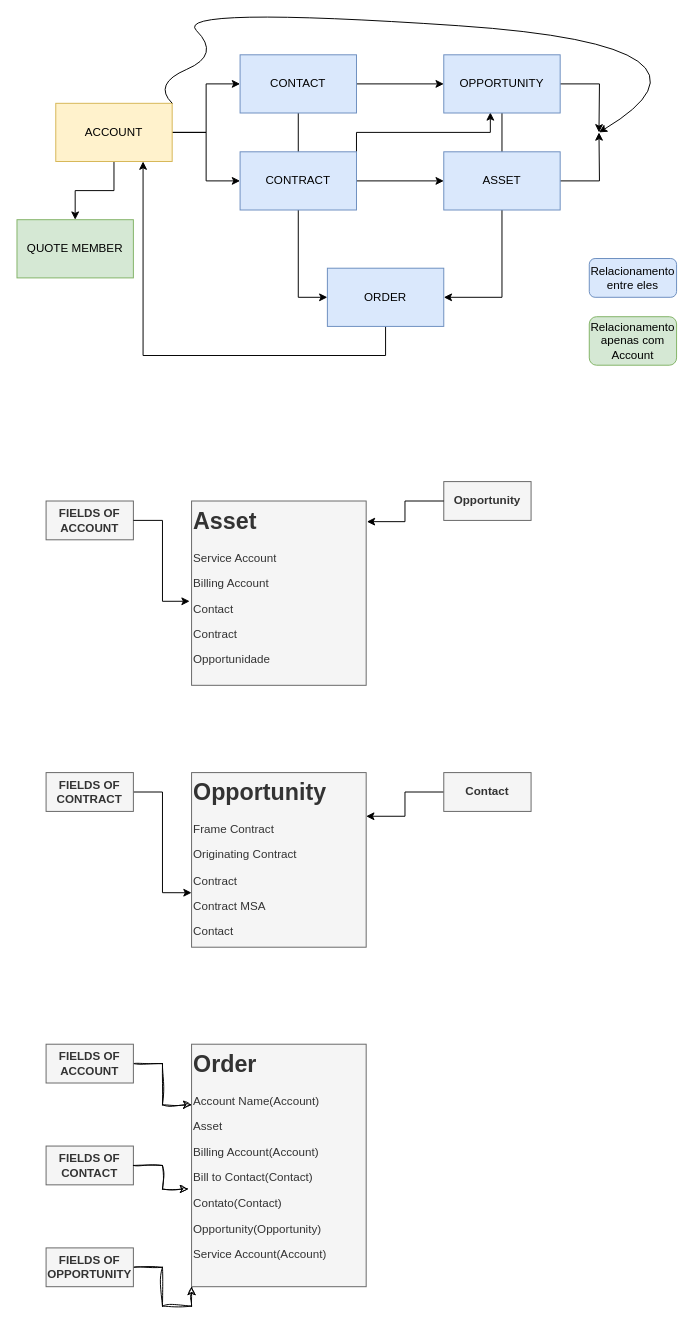
Above: Relacionamentos.drawio in wcamillo/consultaperfil (draw.io), before the change. Source tidied: cells renumbered, new cells numbered last; positions are measured from the earlier drawing's top-left corner, leaving out a move shared by most shapes. Both pictures are drawn from the tidied source at 97%, with x=0, y=0 at pixel (16, 6).
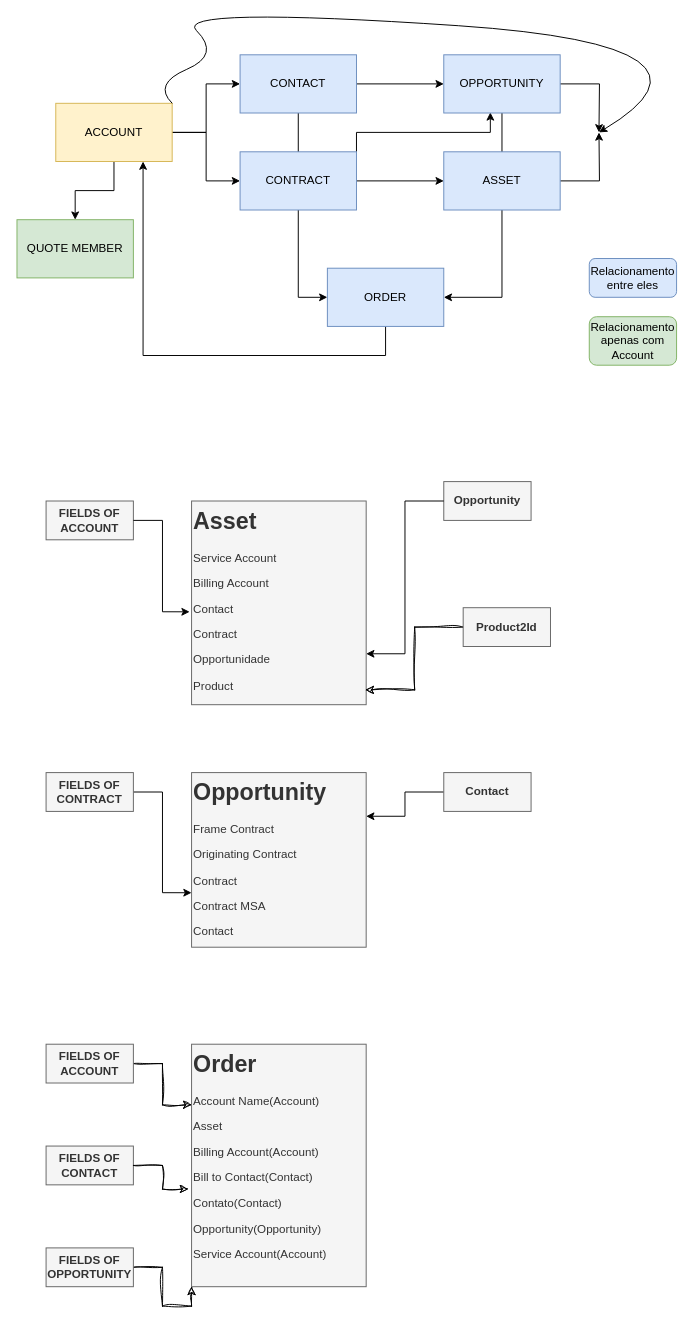
After the change.

Unchanged cells that the change refers to:
```xml
<mxCell id="25" value="Opportunity" style="text;html=1;align=center;verticalAlign=middle;whiteSpace=wrap;rounded=0;fontStyle=1;fillColor=#f5f5f5;fontColor=#333333;strokeColor=#666666;" parent="1" vertex="1">
  <mxGeometry x="440" y="490" width="90" height="40" as="geometry" />
</mxCell>
```

Change to the diagram source:
```diff
@@
-    <mxCell id="24" value="&lt;h1 style=&quot;margin-top: 0px;&quot;&gt;Asset&lt;/h1&gt;&lt;p&gt;Service Account&lt;/p&gt;&lt;p&gt;Billing Account&lt;/p&gt;&lt;p&gt;Contact&lt;/p&gt;&lt;p&gt;Contract&lt;/p&gt;&lt;p&gt;Opportunidade&lt;/p&gt;&lt;p&gt;&lt;br&gt;&lt;/p&gt;" style="text;html=1;whiteSpace=wrap;overflow=hidden;rounded=0;fillColor=#f5f5f5;fontColor=#333333;strokeColor=#666666;" parent="1" vertex="1">
-      <mxGeometry x="180" y="510" width="180" height="190" as="geometry" />
+    <mxCell id="24" value="&lt;h1 style=&quot;margin-top: 0px;&quot;&gt;Asset&lt;/h1&gt;&lt;p&gt;Service Account&lt;/p&gt;&lt;p&gt;Billing Account&lt;/p&gt;&lt;p&gt;Contact&lt;/p&gt;&lt;p&gt;Contract&lt;/p&gt;&lt;p&gt;Opportunidade&lt;/p&gt;&lt;p&gt;Product&lt;/p&gt;&lt;p&gt;&lt;br&gt;&lt;/p&gt;" style="text;html=1;whiteSpace=wrap;overflow=hidden;rounded=0;fillColor=#f5f5f5;fontColor=#333333;strokeColor=#666666;" parent="1" vertex="1">
+      <mxGeometry x="180" y="510" width="180" height="210" as="geometry" />
     </mxCell>
@@
-    <mxCell id="26" style="edgeStyle=orthogonalEdgeStyle;rounded=0;jettySize=auto;html=1;exitX=0;exitY=0.5;exitDx=0;exitDy=0;entryX=1.004;entryY=0.112;entryDx=0;entryDy=0;entryPerimeter=0;" parent="1" edge="1" source="25" target="24">
+    <mxCell id="26" style="edgeStyle=orthogonalEdgeStyle;rounded=0;jettySize=auto;html=1;exitX=0;exitY=0.5;exitDx=0;exitDy=0;entryX=1;entryY=0.75;entryDx=0;entryDy=0;" parent="1" edge="1" source="25" target="24">
       <mxGeometry relative="1" as="geometry" />
     </mxCell>
@@
+    <mxCell id="40" style="edgeStyle=orthogonalEdgeStyle;rounded=0;sketch=1;hachureGap=4;jiggle=2;curveFitting=1;jettySize=auto;html=1;entryX=0.996;entryY=0.927;entryDx=0;entryDy=0;fontFamily=Architects Daughter;entryPerimeter=0;" parent="1" edge="1" source="41" target="24">
+      <mxGeometry relative="1" as="geometry" />
+    </mxCell>
+    <mxCell id="41" value="Product2Id" style="text;html=1;align=center;verticalAlign=middle;whiteSpace=wrap;rounded=0;fontStyle=1;fillColor=#f5f5f5;fontColor=#333333;strokeColor=#666666;" parent="1" vertex="1">
+      <mxGeometry x="460" y="620" width="90" height="40" as="geometry" />
+    </mxCell>
```
